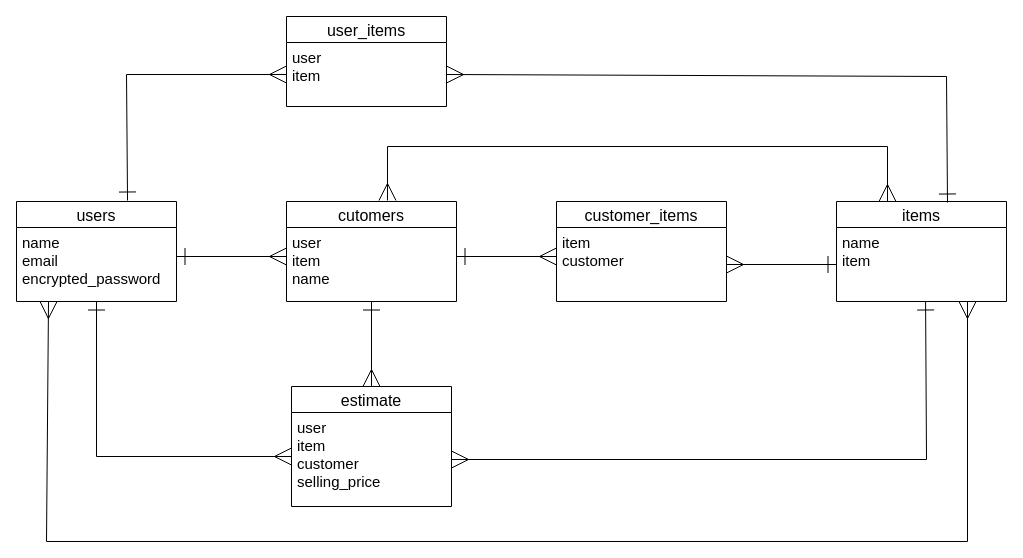
Above: crm.dio in Kaz051/crm (draw.io), before the change. Source tidied: cells renumbered, new cells numbered last; positions are measured from the earlier drawing's top-left corner, leaving out a move shared by most shapes. Both pictures are drawn from the tidied source at 100%, with x=0, y=0 at pixel (16, 16).
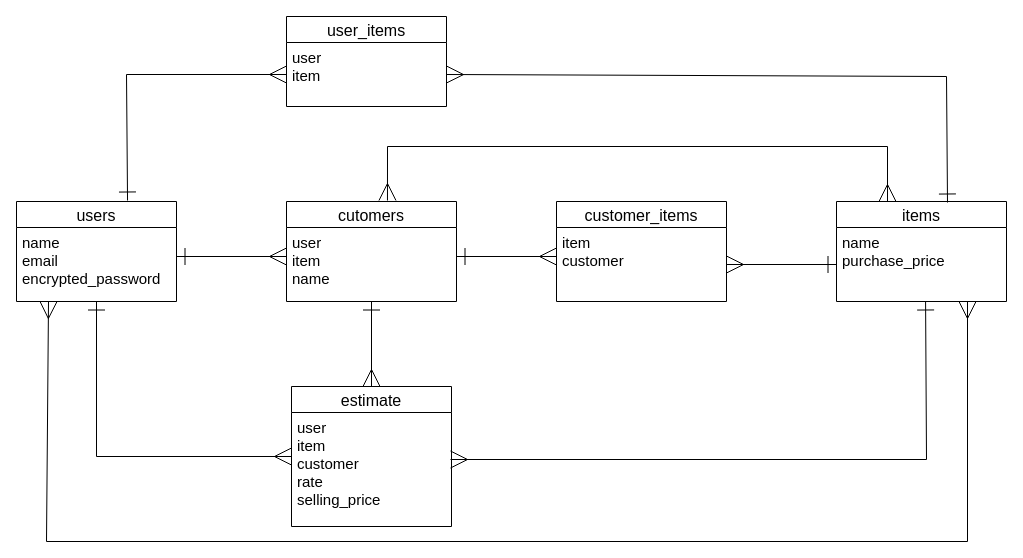
The same page after the edit.

Commit message (it also covers changes not shown here):
データベース設計の作成2

Unchanged cells that the change refers to:
```xml
<mxCell id="13" value="items" style="swimlane;fontStyle=0;horizontal=1;startSize=26;align=center;fontSize=16;" parent="1" vertex="1">
  <mxGeometry x="820" y="185" width="170" height="100" as="geometry" />
</mxCell>
```

Diff of the diagram source:
```diff
@@
     <mxCell id="6" value="estimate" style="swimlane;fontStyle=0;horizontal=1;startSize=26;align=center;fontSize=16;" parent="1" vertex="1">
-      <mxGeometry x="275" y="370" width="160" height="120" as="geometry" />
+      <mxGeometry x="275" y="370" width="160" height="140" as="geometry" />
     </mxCell>
-    <mxCell id="7" value="user&#10;item&#10;customer&#10;selling_price" style="text;strokeColor=none;fillColor=none;spacingLeft=4;spacingRight=4;overflow=hidden;points=[[0,0.5],[1,0.5]];portConstraint=eastwest;fontSize=15;" parent="6" vertex="1">
-      <mxGeometry y="26" width="160" height="94" as="geometry" />
+    <mxCell id="7" value="user&#10;item&#10;customer&#10;rate&#10;selling_price" style="text;strokeColor=none;fillColor=none;spacingLeft=4;spacingRight=4;overflow=hidden;points=[[0,0.5],[1,0.5]];portConstraint=eastwest;fontSize=15;" parent="6" vertex="1">
+      <mxGeometry y="26" width="160" height="114" as="geometry" />
     </mxCell>
@@
-    <mxCell id="14" value="name&#10;item" style="text;strokeColor=none;fillColor=none;spacingLeft=4;spacingRight=4;overflow=hidden;points=[[0,0.5],[1,0.5]];portConstraint=eastwest;fontSize=15;" parent="13" vertex="1">
+    <mxCell id="14" value="name&#10;purchase_price" style="text;strokeColor=none;fillColor=none;spacingLeft=4;spacingRight=4;overflow=hidden;points=[[0,0.5],[1,0.5]];portConstraint=eastwest;fontSize=15;" parent="13" vertex="1">
       <mxGeometry y="26" width="170" height="74" as="geometry" />
     </mxCell>
@@
-    <mxCell id="18" style="edgeStyle=none;rounded=0;jettySize=auto;html=1;exitX=1;exitY=0.5;exitDx=0;exitDy=0;startArrow=ERmany;startFill=0;startSize=15;endArrow=ERone;endFill=0;endSize=15;entryX=0.524;entryY=1;entryDx=0;entryDy=0;entryPerimeter=0;" parent="1" edge="1" source="7" target="14">
+    <mxCell id="18" style="edgeStyle=none;rounded=0;jettySize=auto;html=1;startArrow=ERmany;startFill=0;startSize=15;endArrow=ERone;endFill=0;endSize=15;entryX=0.524;entryY=1;entryDx=0;entryDy=0;entryPerimeter=0;" parent="1" edge="1" target="14">
       <mxGeometry relative="1" as="geometry">
+        <mxPoint x="434" y="443" as="sourcePoint" />
         <Array as="points">
           <mxPoint x="910" y="443" />
         </Array>
       </mxGeometry>
     </mxCell>
```
